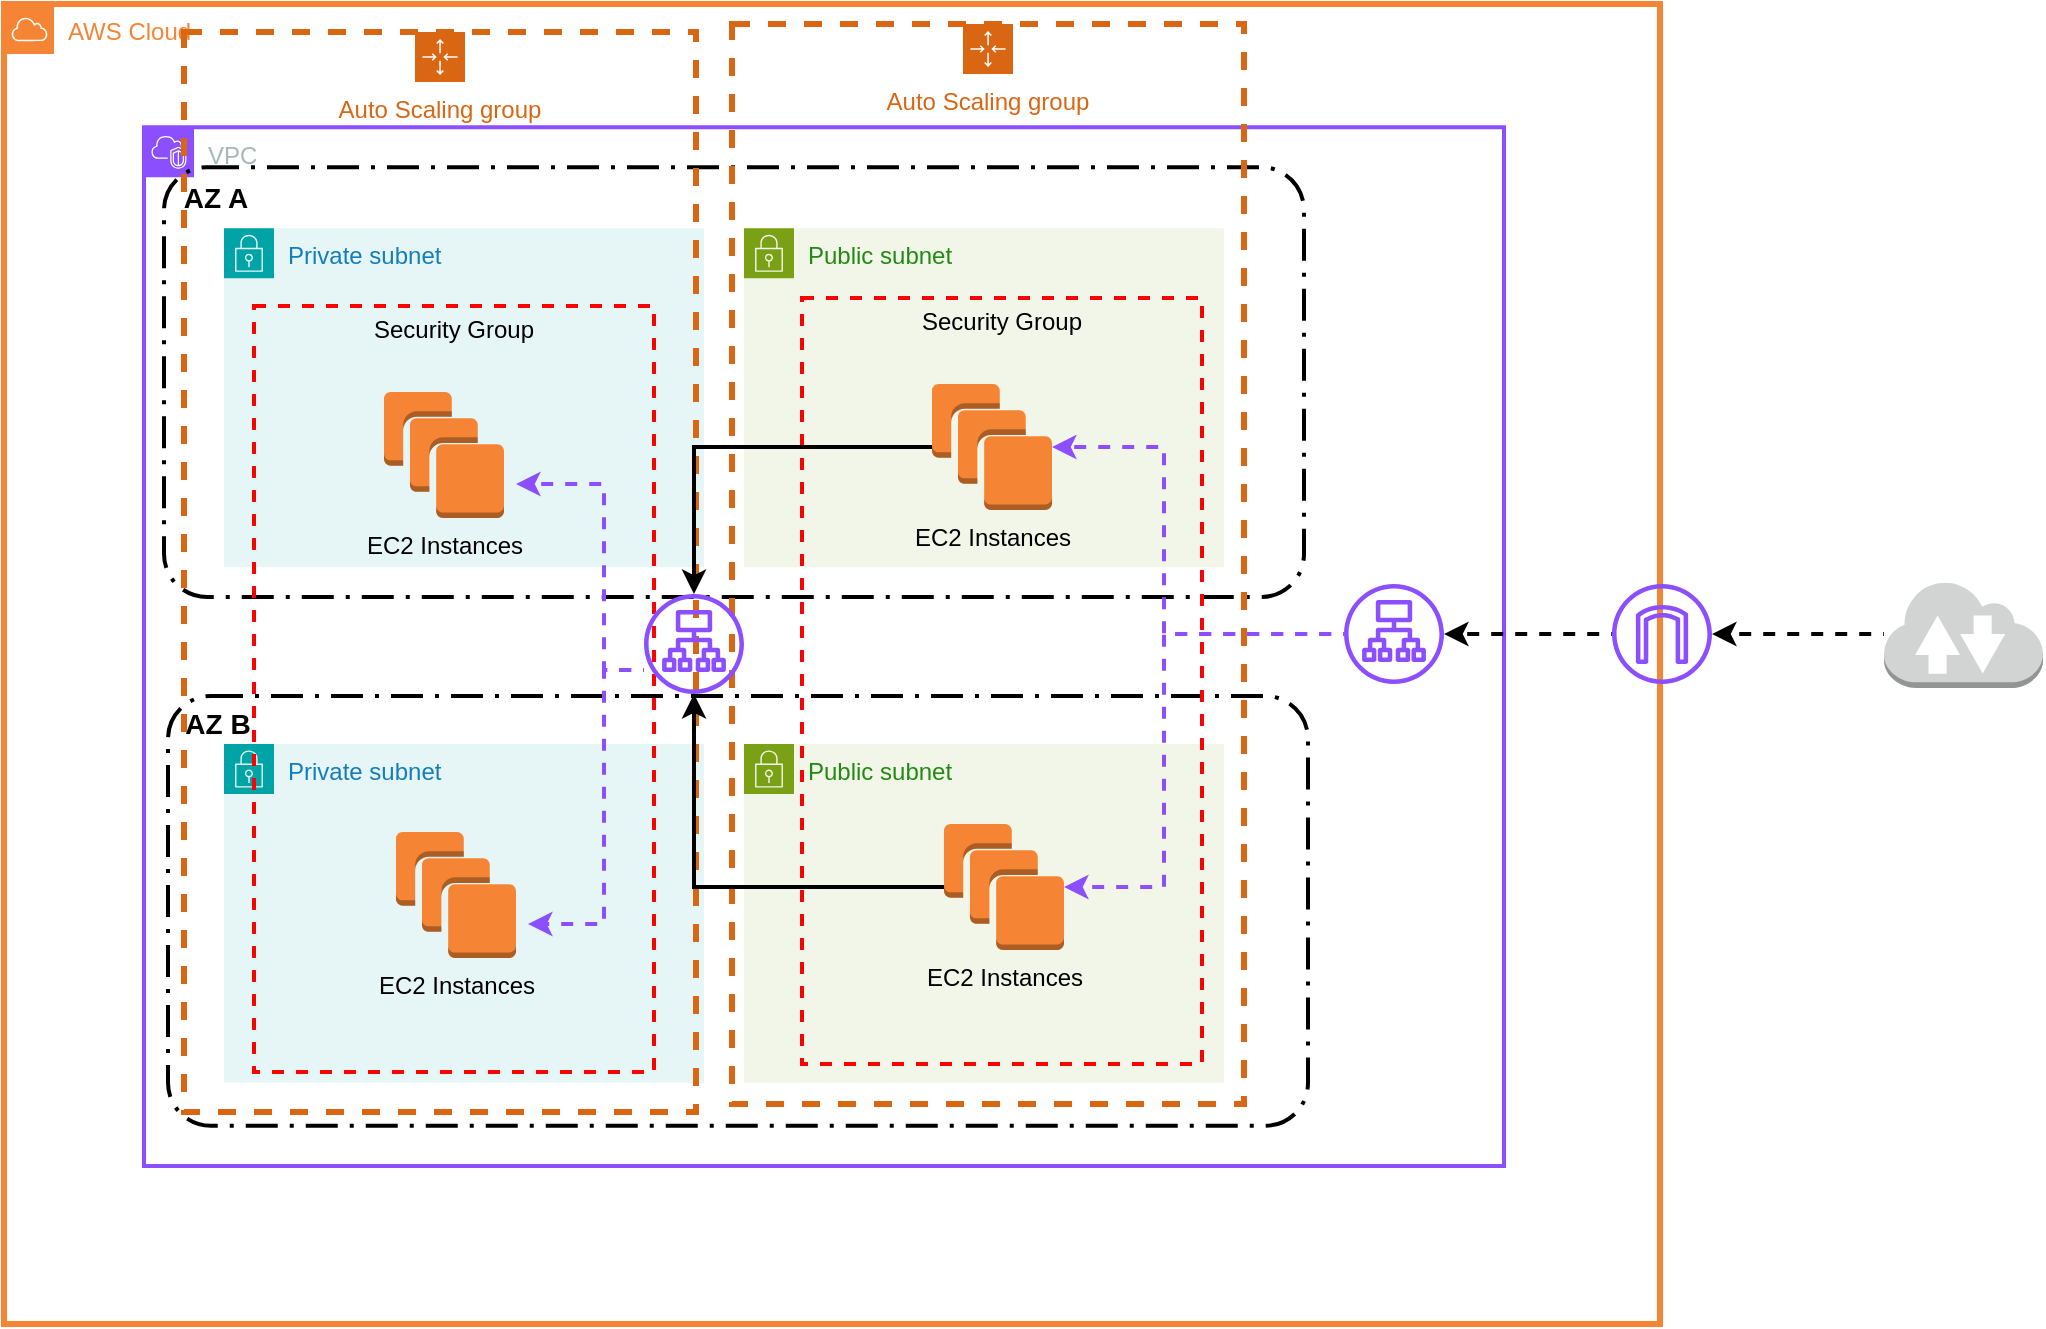
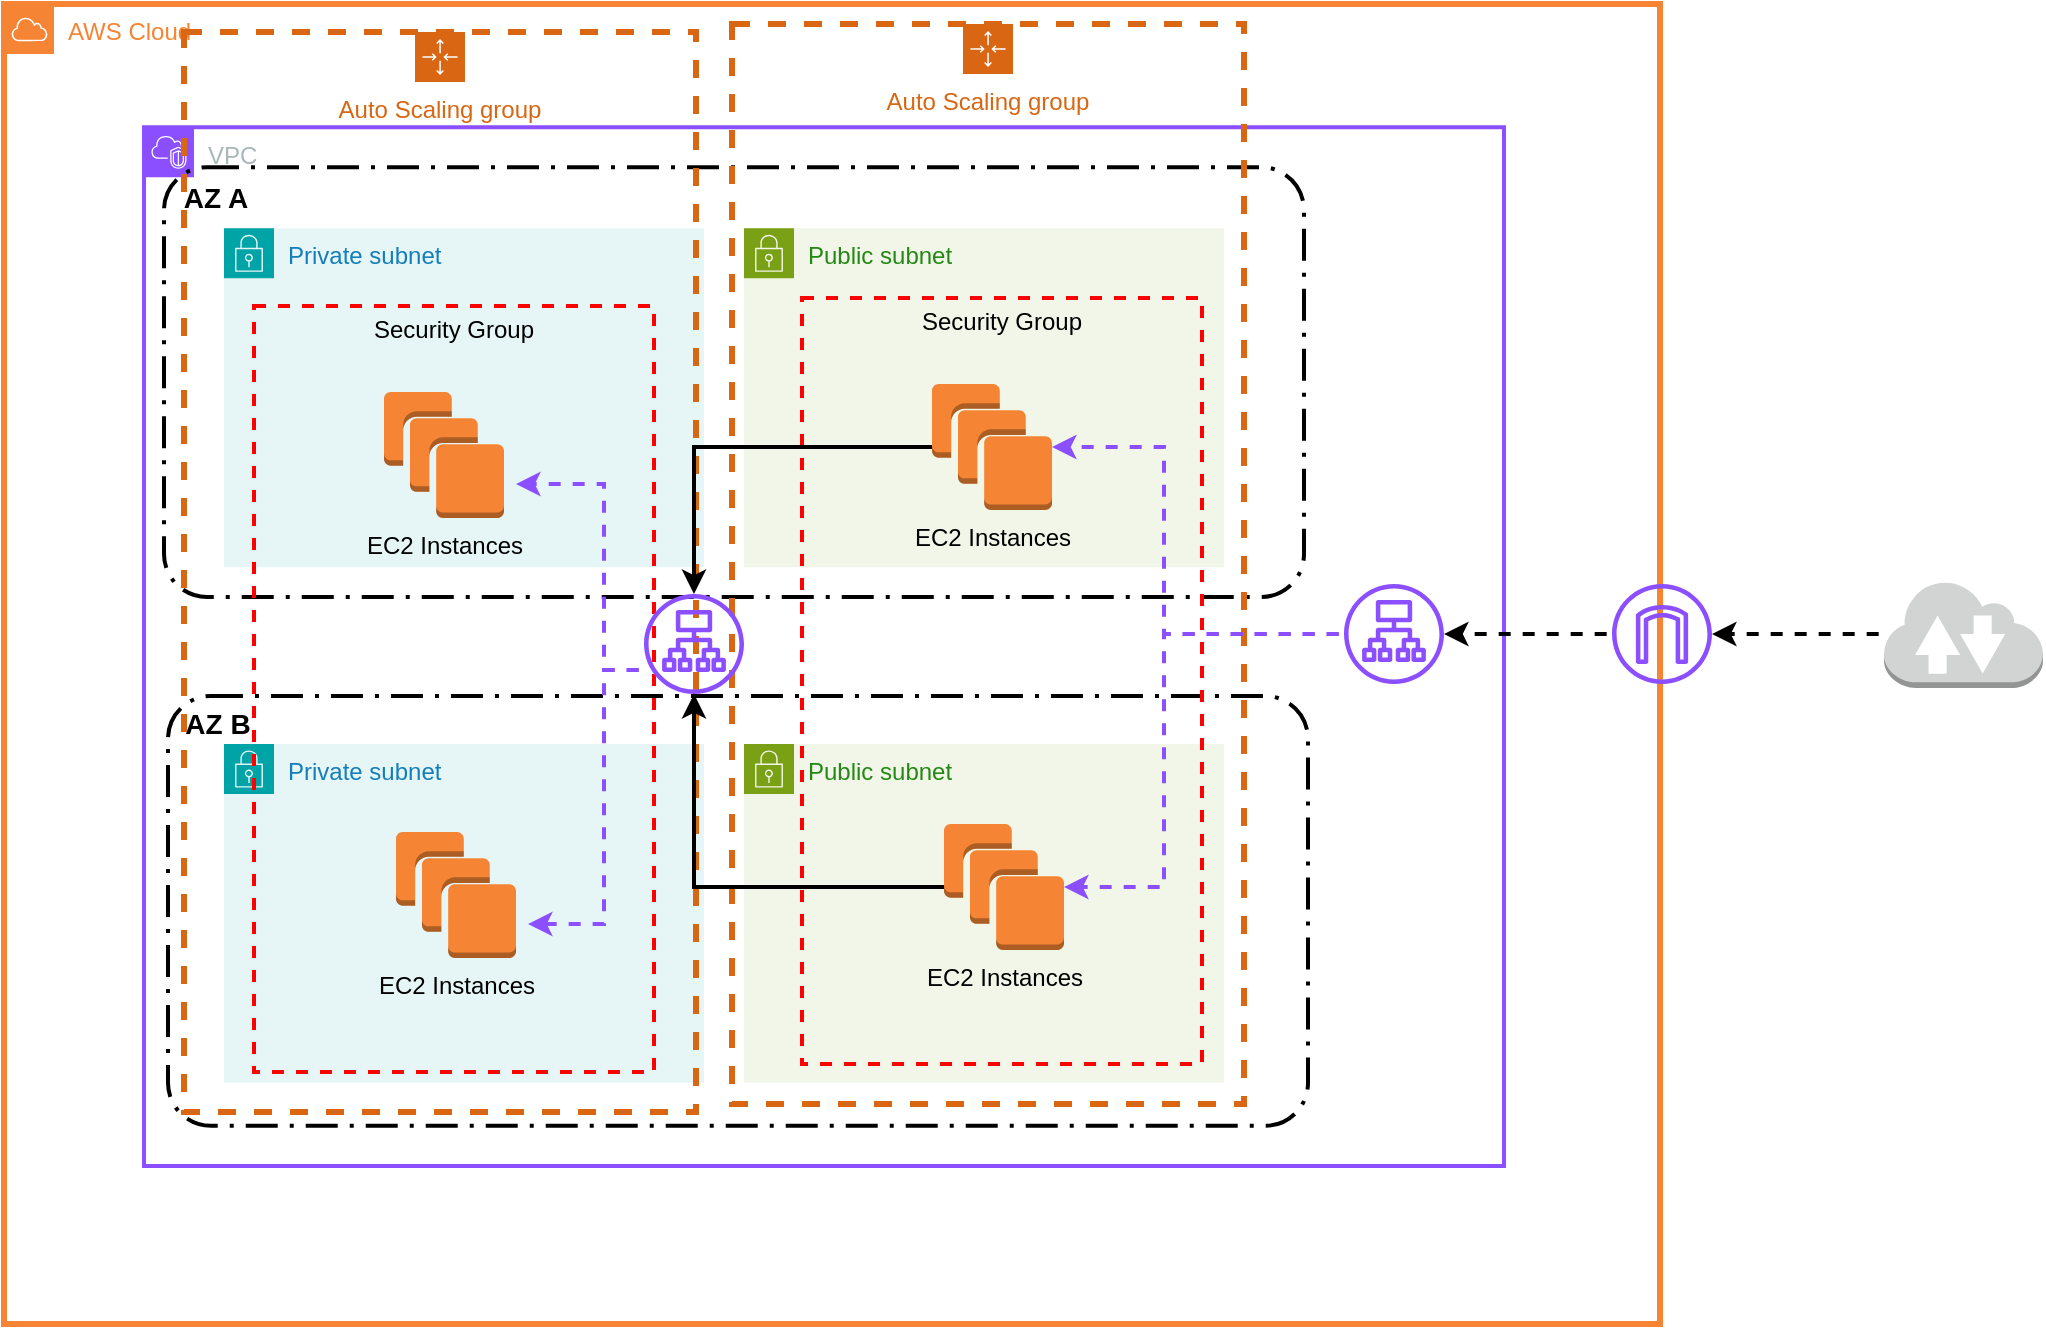
<mxfile host="Electron" pages="2">
  <diagram name="base.infra" id="Wlg3GRKtD0a5Hm-VBESS">
    <mxGraphModel dx="1437" dy="1070" grid="1" gridSize="10" guides="1" tooltips="1" connect="1" arrows="1" fold="1" page="1" pageScale="1" pageWidth="827" pageHeight="1169" math="0" shadow="0">
      <root>
        <mxCell id="0" />
        <mxCell id="1" parent="0" />
        <mxCell id="nsOT9R_EV_EPsh7IC3CZ-16" parent="1" style="points=[[0,0],[0.25,0],[0.5,0],[0.75,0],[1,0],[1,0.25],[1,0.5],[1,0.75],[1,1],[0.75,1],[0.5,1],[0.25,1],[0,1],[0,0.75],[0,0.5],[0,0.25]];outlineConnect=0;gradientColor=none;html=1;whiteSpace=wrap;fontSize=12;fontStyle=0;container=1;pointerEvents=0;collapsible=0;recursiveResize=0;shape=mxgraph.aws4.group;grIcon=mxgraph.aws4.group_security_group;grStroke=0;strokeColor=#7AA116;fillColor=#F2F6E8;verticalAlign=top;align=left;spacingLeft=30;fontColor=#248814;dashed=0;dropTarget=1;" value="Public subnet" vertex="1">
          <mxGeometry height="169.43" width="240" x="420" y="550" as="geometry" />
        </mxCell>
        <mxCell id="nsOT9R_EV_EPsh7IC3CZ-23" parent="1" style="rounded=1;arcSize=10;dashed=1;fillColor=none;gradientColor=none;dashPattern=8 3 1 3;strokeWidth=2;" value="" vertex="1">
          <mxGeometry height="214.93" width="570" x="132" y="526" as="geometry" />
        </mxCell>
        <mxCell id="nsOT9R_EV_EPsh7IC3CZ-1" parent="1" style="sketch=0;outlineConnect=0;gradientColor=none;html=1;whiteSpace=wrap;fontSize=12;fontStyle=0;shape=mxgraph.aws4.group;grIcon=mxgraph.aws4.group_aws_cloud;strokeColor=#F58534;fillColor=none;verticalAlign=top;align=left;spacingLeft=30;fontColor=#F58534;dashed=0;strokeWidth=3;container=1;dropTarget=1;collapsible=0;recursiveResize=0;" value="AWS Cloud" vertex="1">
          <mxGeometry height="660" width="828" x="50" y="180" as="geometry" />
        </mxCell>
        <mxCell id="nsOT9R_EV_EPsh7IC3CZ-3" parent="nsOT9R_EV_EPsh7IC3CZ-1" style="points=[[0,0],[0.25,0],[0.5,0],[0.75,0],[1,0],[1,0.25],[1,0.5],[1,0.75],[1,1],[0.75,1],[0.5,1],[0.25,1],[0,1],[0,0.75],[0,0.5],[0,0.25]];outlineConnect=0;gradientColor=none;html=1;whiteSpace=wrap;fontSize=12;fontStyle=0;container=1;pointerEvents=0;collapsible=0;recursiveResize=0;shape=mxgraph.aws4.group;grIcon=mxgraph.aws4.group_vpc2;strokeColor=#8C4FFF;fillColor=none;verticalAlign=top;align=left;spacingLeft=30;fontColor=#AAB7B8;dashed=0;strokeWidth=2;dropTarget=1;expand=0;" value="VPC" vertex="1">
          <mxGeometry height="519.43" width="680" x="70" y="61.57" as="geometry" />
        </mxCell>
        <mxCell id="nsOT9R_EV_EPsh7IC3CZ-4" parent="nsOT9R_EV_EPsh7IC3CZ-3" style="points=[[0,0],[0.25,0],[0.5,0],[0.75,0],[1,0],[1,0.25],[1,0.5],[1,0.75],[1,1],[0.75,1],[0.5,1],[0.25,1],[0,1],[0,0.75],[0,0.5],[0,0.25]];outlineConnect=0;gradientColor=none;html=1;whiteSpace=wrap;fontSize=12;fontStyle=0;container=1;pointerEvents=0;collapsible=0;recursiveResize=0;shape=mxgraph.aws4.group;grIcon=mxgraph.aws4.group_security_group;grStroke=0;strokeColor=#00A4A6;fillColor=#E6F6F7;verticalAlign=top;align=left;spacingLeft=30;fontColor=#147EBA;dashed=0;dropTarget=1;" value="Private subnet" vertex="1">
          <mxGeometry height="169.43" width="240" x="40" y="50.57" as="geometry" />
        </mxCell>
        <mxCell id="nsOT9R_EV_EPsh7IC3CZ-5" parent="nsOT9R_EV_EPsh7IC3CZ-3" style="points=[[0,0],[0.25,0],[0.5,0],[0.75,0],[1,0],[1,0.25],[1,0.5],[1,0.75],[1,1],[0.75,1],[0.5,1],[0.25,1],[0,1],[0,0.75],[0,0.5],[0,0.25]];outlineConnect=0;gradientColor=none;html=1;whiteSpace=wrap;fontSize=12;fontStyle=0;container=1;pointerEvents=0;collapsible=0;recursiveResize=0;shape=mxgraph.aws4.group;grIcon=mxgraph.aws4.group_security_group;grStroke=0;strokeColor=#7AA116;fillColor=#F2F6E8;verticalAlign=top;align=left;spacingLeft=30;fontColor=#248814;dashed=0;dropTarget=1;" value="Public subnet" vertex="1">
          <mxGeometry height="169.43" width="240" x="300" y="50.57" as="geometry" />
        </mxCell>
        <mxCell id="nsOT9R_EV_EPsh7IC3CZ-18" parent="nsOT9R_EV_EPsh7IC3CZ-3" style="points=[[0,0],[0.25,0],[0.5,0],[0.75,0],[1,0],[1,0.25],[1,0.5],[1,0.75],[1,1],[0.75,1],[0.5,1],[0.25,1],[0,1],[0,0.75],[0,0.5],[0,0.25]];outlineConnect=0;gradientColor=none;html=1;whiteSpace=wrap;fontSize=12;fontStyle=0;container=1;pointerEvents=0;collapsible=0;recursiveResize=0;shape=mxgraph.aws4.group;grIcon=mxgraph.aws4.group_security_group;grStroke=0;strokeColor=#00A4A6;fillColor=#E6F6F7;verticalAlign=top;align=left;spacingLeft=30;fontColor=#147EBA;dashed=0;dropTarget=1;" value="Private subnet" vertex="1">
          <mxGeometry height="169.43" width="240" x="40" y="308.42857142857144" as="geometry" />
        </mxCell>
        <mxCell id="nsOT9R_EV_EPsh7IC3CZ-20" parent="nsOT9R_EV_EPsh7IC3CZ-3" style="rounded=1;arcSize=10;dashed=1;fillColor=none;gradientColor=none;dashPattern=8 3 1 3;strokeWidth=2;" value="" vertex="1">
          <mxGeometry height="214.93" width="570" x="10" y="20" as="geometry" />
        </mxCell>
        <mxCell id="nsOT9R_EV_EPsh7IC3CZ-21" parent="nsOT9R_EV_EPsh7IC3CZ-3" style="text;html=1;whiteSpace=wrap;strokeColor=none;fillColor=none;align=center;verticalAlign=middle;rounded=0;fontStyle=1;fontSize=14;" value="AZ A" vertex="1">
          <mxGeometry height="30" width="60" x="6" y="20" as="geometry" />
        </mxCell>
        <mxCell id="nsOT9R_EV_EPsh7IC3CZ-22" parent="nsOT9R_EV_EPsh7IC3CZ-1" style="text;html=1;whiteSpace=wrap;strokeColor=none;fillColor=none;align=center;verticalAlign=middle;rounded=0;fontStyle=1;fontSize=14;" value="AZ B" vertex="1">
          <mxGeometry height="30" width="60" x="77" y="345" as="geometry" />
        </mxCell>
        <mxCell id="nsOT9R_EV_EPsh7IC3CZ-24" parent="nsOT9R_EV_EPsh7IC3CZ-1" style="points=[[0,0],[0.25,0],[0.5,0],[0.75,0],[1,0],[1,0.25],[1,0.5],[1,0.75],[1,1],[0.75,1],[0.5,1],[0.25,1],[0,1],[0,0.75],[0,0.5],[0,0.25]];outlineConnect=0;gradientColor=none;html=1;whiteSpace=wrap;fontSize=12;fontStyle=0;container=1;pointerEvents=0;collapsible=0;recursiveResize=0;shape=mxgraph.aws4.groupCenter;grIcon=mxgraph.aws4.group_auto_scaling_group;grStroke=1;strokeColor=#D86613;fillColor=none;verticalAlign=top;align=center;fontColor=#D86613;dashed=1;spacingTop=25;strokeWidth=3;" value="Auto Scaling group" vertex="1">
          <mxGeometry height="540" width="256" x="364" y="10" as="geometry" />
        </mxCell>
        <mxCell id="nsOT9R_EV_EPsh7IC3CZ-25" parent="nsOT9R_EV_EPsh7IC3CZ-24" style="fontStyle=0;verticalAlign=top;align=center;spacingTop=-2;fillColor=none;rounded=0;whiteSpace=wrap;html=1;strokeColor=#FF0000;strokeWidth=2;dashed=1;container=1;collapsible=0;expand=0;recursiveResize=0;" value="Security Group" vertex="1">
          <mxGeometry height="383" width="200" x="35" y="137" as="geometry" />
        </mxCell>
        <mxCell id="nsOT9R_EV_EPsh7IC3CZ-26" parent="nsOT9R_EV_EPsh7IC3CZ-25" style="outlineConnect=0;dashed=0;verticalLabelPosition=bottom;verticalAlign=top;align=center;html=1;shape=mxgraph.aws3.instances;fillColor=#F58534;gradientColor=none;" value="EC2 Instances" vertex="1">
          <mxGeometry height="63" width="60" x="65" y="43" as="geometry" />
        </mxCell>
        <mxCell id="nsOT9R_EV_EPsh7IC3CZ-27" parent="nsOT9R_EV_EPsh7IC3CZ-25" style="outlineConnect=0;dashed=0;verticalLabelPosition=bottom;verticalAlign=top;align=center;html=1;shape=mxgraph.aws3.instances;fillColor=#F58534;gradientColor=none;" value="EC2 Instances" vertex="1">
          <mxGeometry height="63" width="60" x="71" y="263" as="geometry" />
        </mxCell>
        <mxCell id="nsOT9R_EV_EPsh7IC3CZ-28" parent="nsOT9R_EV_EPsh7IC3CZ-1" style="sketch=0;outlineConnect=0;fontColor=#232F3E;gradientColor=none;fillColor=#8C4FFF;strokeColor=none;dashed=0;verticalLabelPosition=bottom;verticalAlign=top;align=center;html=1;fontSize=12;fontStyle=0;aspect=fixed;pointerEvents=1;shape=mxgraph.aws4.application_load_balancer;" value="" vertex="1">
          <mxGeometry height="50" width="50" x="670" y="290" as="geometry" />
        </mxCell>
        <mxCell id="nsOT9R_EV_EPsh7IC3CZ-29" edge="1" parent="nsOT9R_EV_EPsh7IC3CZ-1" source="nsOT9R_EV_EPsh7IC3CZ-28" style="edgeStyle=orthogonalEdgeStyle;rounded=0;orthogonalLoop=1;jettySize=auto;html=1;entryX=1;entryY=0.5;entryDx=0;entryDy=0;entryPerimeter=0;strokeWidth=2;strokeColor=#8C4FFF;dashed=1;flowAnimation=1;" target="nsOT9R_EV_EPsh7IC3CZ-26">
          <mxGeometry relative="1" as="geometry">
            <Array as="points">
              <mxPoint x="580" y="315" />
              <mxPoint x="580" y="222" />
            </Array>
          </mxGeometry>
        </mxCell>
        <mxCell id="nsOT9R_EV_EPsh7IC3CZ-30" edge="1" parent="nsOT9R_EV_EPsh7IC3CZ-1" source="nsOT9R_EV_EPsh7IC3CZ-28" style="edgeStyle=orthogonalEdgeStyle;rounded=0;orthogonalLoop=1;jettySize=auto;html=1;entryX=1;entryY=0.5;entryDx=0;entryDy=0;entryPerimeter=0;strokeWidth=2;strokeColor=#8C4FFF;dashed=1;flowAnimation=1;" target="nsOT9R_EV_EPsh7IC3CZ-27">
          <mxGeometry relative="1" as="geometry">
            <Array as="points">
              <mxPoint x="580" y="315" />
              <mxPoint x="580" y="442" />
            </Array>
          </mxGeometry>
        </mxCell>
        <mxCell id="nsOT9R_EV_EPsh7IC3CZ-33" edge="1" parent="nsOT9R_EV_EPsh7IC3CZ-1" source="nsOT9R_EV_EPsh7IC3CZ-31" style="edgeStyle=orthogonalEdgeStyle;rounded=0;orthogonalLoop=1;jettySize=auto;html=1;strokeWidth=2;dashed=1;flowAnimation=1;" target="nsOT9R_EV_EPsh7IC3CZ-28">
          <mxGeometry relative="1" as="geometry" />
        </mxCell>
        <mxCell id="nsOT9R_EV_EPsh7IC3CZ-31" parent="nsOT9R_EV_EPsh7IC3CZ-1" style="sketch=0;outlineConnect=0;fontColor=#232F3E;gradientColor=none;fillColor=#8C4FFF;strokeColor=none;dashed=0;verticalLabelPosition=bottom;verticalAlign=top;align=center;html=1;fontSize=12;fontStyle=0;aspect=fixed;pointerEvents=1;shape=mxgraph.aws4.internet_gateway;" value="" vertex="1">
          <mxGeometry height="50" width="50" x="804" y="290" as="geometry" />
        </mxCell>
        <mxCell id="r-5KPK1cjB6c5gKl7f75-2" parent="nsOT9R_EV_EPsh7IC3CZ-1" style="points=[[0,0],[0.25,0],[0.5,0],[0.75,0],[1,0],[1,0.25],[1,0.5],[1,0.75],[1,1],[0.75,1],[0.5,1],[0.25,1],[0,1],[0,0.75],[0,0.5],[0,0.25]];outlineConnect=0;gradientColor=none;html=1;whiteSpace=wrap;fontSize=12;fontStyle=0;container=1;pointerEvents=0;collapsible=0;recursiveResize=0;shape=mxgraph.aws4.groupCenter;grIcon=mxgraph.aws4.group_auto_scaling_group;grStroke=1;strokeColor=#D86613;fillColor=none;verticalAlign=top;align=center;fontColor=#D86613;dashed=1;spacingTop=25;strokeWidth=3;" value="Auto Scaling group" vertex="1">
          <mxGeometry height="540" width="256" x="90" y="14" as="geometry" />
        </mxCell>
        <mxCell id="r-5KPK1cjB6c5gKl7f75-3" parent="r-5KPK1cjB6c5gKl7f75-2" style="fontStyle=0;verticalAlign=top;align=center;spacingTop=-2;fillColor=none;rounded=0;whiteSpace=wrap;html=1;strokeColor=#FF0000;strokeWidth=2;dashed=1;container=1;collapsible=0;expand=0;recursiveResize=0;" value="Security Group" vertex="1">
          <mxGeometry height="383" width="200" x="35" y="137" as="geometry" />
        </mxCell>
        <mxCell id="r-5KPK1cjB6c5gKl7f75-4" parent="r-5KPK1cjB6c5gKl7f75-3" style="outlineConnect=0;dashed=0;verticalLabelPosition=bottom;verticalAlign=top;align=center;html=1;shape=mxgraph.aws3.instances;fillColor=#F58534;gradientColor=none;" value="EC2 Instances" vertex="1">
          <mxGeometry height="63" width="60" x="65" y="43" as="geometry" />
        </mxCell>
        <mxCell id="r-5KPK1cjB6c5gKl7f75-5" parent="r-5KPK1cjB6c5gKl7f75-3" style="outlineConnect=0;dashed=0;verticalLabelPosition=bottom;verticalAlign=top;align=center;html=1;shape=mxgraph.aws3.instances;fillColor=#F58534;gradientColor=none;" value="EC2 Instances" vertex="1">
          <mxGeometry height="63" width="60" x="71" y="263" as="geometry" />
        </mxCell>
        <mxCell id="r-5KPK1cjB6c5gKl7f75-7" edge="1" parent="r-5KPK1cjB6c5gKl7f75-3" source="r-5KPK1cjB6c5gKl7f75-6" style="edgeStyle=orthogonalEdgeStyle;rounded=0;orthogonalLoop=1;jettySize=auto;html=1;entryX=1;entryY=0.5;entryDx=0;entryDy=0;entryPerimeter=0;strokeWidth=2;strokeColor=#8C4FFF;dashed=1;flowAnimation=1;">
          <mxGeometry relative="1" as="geometry">
            <Array as="points">
              <mxPoint x="175" y="182" />
              <mxPoint x="175" y="89" />
            </Array>
            <mxPoint x="277" y="182" as="sourcePoint" />
            <mxPoint x="131" y="89" as="targetPoint" />
          </mxGeometry>
        </mxCell>
        <mxCell id="r-5KPK1cjB6c5gKl7f75-8" edge="1" parent="r-5KPK1cjB6c5gKl7f75-3" source="r-5KPK1cjB6c5gKl7f75-6" style="edgeStyle=orthogonalEdgeStyle;rounded=0;orthogonalLoop=1;jettySize=auto;html=1;entryX=1;entryY=0.5;entryDx=0;entryDy=0;entryPerimeter=0;strokeWidth=2;strokeColor=#8C4FFF;dashed=1;flowAnimation=1;">
          <mxGeometry relative="1" as="geometry">
            <Array as="points">
              <mxPoint x="175" y="182" />
              <mxPoint x="175" y="309" />
            </Array>
            <mxPoint x="277" y="182" as="sourcePoint" />
            <mxPoint x="137" y="309" as="targetPoint" />
          </mxGeometry>
        </mxCell>
        <mxCell id="r-5KPK1cjB6c5gKl7f75-6" parent="nsOT9R_EV_EPsh7IC3CZ-1" style="sketch=0;outlineConnect=0;fontColor=#232F3E;gradientColor=none;fillColor=#8C4FFF;strokeColor=none;dashed=0;verticalLabelPosition=bottom;verticalAlign=top;align=center;html=1;fontSize=12;fontStyle=0;aspect=fixed;pointerEvents=1;shape=mxgraph.aws4.application_load_balancer;" value="" vertex="1">
          <mxGeometry height="50" width="50" x="320" y="295" as="geometry" />
        </mxCell>
        <mxCell id="r-5KPK1cjB6c5gKl7f75-9" edge="1" parent="nsOT9R_EV_EPsh7IC3CZ-1" source="nsOT9R_EV_EPsh7IC3CZ-26" style="edgeStyle=orthogonalEdgeStyle;rounded=0;orthogonalLoop=1;jettySize=auto;html=1;strokeWidth=2;" target="r-5KPK1cjB6c5gKl7f75-6">
          <mxGeometry relative="1" as="geometry" />
        </mxCell>
        <mxCell id="r-5KPK1cjB6c5gKl7f75-10" edge="1" parent="nsOT9R_EV_EPsh7IC3CZ-1" source="nsOT9R_EV_EPsh7IC3CZ-27" style="edgeStyle=orthogonalEdgeStyle;rounded=0;orthogonalLoop=1;jettySize=auto;html=1;strokeWidth=2;" target="r-5KPK1cjB6c5gKl7f75-6">
          <mxGeometry relative="1" as="geometry" />
        </mxCell>
        <mxCell id="nsOT9R_EV_EPsh7IC3CZ-35" edge="1" parent="1" source="nsOT9R_EV_EPsh7IC3CZ-34" style="edgeStyle=orthogonalEdgeStyle;rounded=0;orthogonalLoop=1;jettySize=auto;html=1;strokeWidth=2;dashed=1;flowAnimation=1;" target="nsOT9R_EV_EPsh7IC3CZ-31">
          <mxGeometry relative="1" as="geometry" />
        </mxCell>
        <mxCell id="nsOT9R_EV_EPsh7IC3CZ-34" parent="1" style="outlineConnect=0;dashed=0;verticalLabelPosition=bottom;verticalAlign=top;align=center;html=1;shape=mxgraph.aws3.internet_2;fillColor=#D2D3D3;gradientColor=none;" value="" vertex="1">
          <mxGeometry height="54" width="79.5" x="990" y="468" as="geometry" />
        </mxCell>
      </root>
    </mxGraphModel>
  </diagram>
-   <diagram id="eBVx31AWAEsT7nuV6IbC" name="cicd">
-     <mxGraphModel dx="1006" dy="749" grid="1" gridSize="10" guides="1" tooltips="1" connect="1" arrows="1" fold="1" page="1" pageScale="1" pageWidth="827" pageHeight="1169" math="0" shadow="0">
+   <diagram id="eBVx31AWAEsT7nuV6IbC" name="cicd.docker">
+     <mxGraphModel dx="1118" dy="832" grid="1" gridSize="10" guides="1" tooltips="1" connect="1" arrows="1" fold="1" page="1" pageScale="1" pageWidth="827" pageHeight="1169" math="0" shadow="0">
      <root>
        <mxCell id="0" />
        <mxCell id="1" parent="0" />
-         <mxCell id="3spYDltQkjSnrDjDbDkx-1" parent="1" style="points=[[0,0],[0.25,0],[0.5,0],[0.75,0],[1,0],[1,0.25],[1,0.5],[1,0.75],[1,1],[0.75,1],[0.5,1],[0.25,1],[0,1],[0,0.75],[0,0.5],[0,0.25]];outlineConnect=0;gradientColor=none;html=1;whiteSpace=wrap;fontSize=12;fontStyle=0;container=1;pointerEvents=0;collapsible=0;recursiveResize=0;shape=mxgraph.aws4.group;grIcon=mxgraph.aws4.group_security_group;grStroke=0;strokeColor=#7AA116;fillColor=#F2F6E8;verticalAlign=top;align=left;spacingLeft=30;fontColor=#248814;dashed=0;dropTarget=1;" value="Public subnet" vertex="1">
-           <mxGeometry height="169.43" width="240" x="610" y="1140" as="geometry" />
-         </mxCell>
-         <mxCell id="3spYDltQkjSnrDjDbDkx-2" parent="1" style="rounded=1;arcSize=10;dashed=1;fillColor=none;gradientColor=none;dashPattern=8 3 1 3;strokeWidth=2;" value="" vertex="1">
-           <mxGeometry height="214.93" width="570" x="322" y="1116" as="geometry" />
-         </mxCell>
        <mxCell id="3spYDltQkjSnrDjDbDkx-3" parent="1" style="sketch=0;outlineConnect=0;gradientColor=none;html=1;whiteSpace=wrap;fontSize=12;fontStyle=0;shape=mxgraph.aws4.group;grIcon=mxgraph.aws4.group_aws_cloud;strokeColor=#F58534;fillColor=none;verticalAlign=top;align=left;spacingLeft=30;fontColor=#F58534;dashed=0;strokeWidth=3;container=1;dropTarget=1;collapsible=0;recursiveResize=0;" value="AWS Cloud" vertex="1">
-           <mxGeometry height="660" width="828" x="240" y="770" as="geometry" />
-         </mxCell>
-         <mxCell id="3spYDltQkjSnrDjDbDkx-4" parent="3spYDltQkjSnrDjDbDkx-3" style="points=[[0,0],[0.25,0],[0.5,0],[0.75,0],[1,0],[1,0.25],[1,0.5],[1,0.75],[1,1],[0.75,1],[0.5,1],[0.25,1],[0,1],[0,0.75],[0,0.5],[0,0.25]];outlineConnect=0;gradientColor=none;html=1;whiteSpace=wrap;fontSize=12;fontStyle=0;container=1;pointerEvents=0;collapsible=0;recursiveResize=0;shape=mxgraph.aws4.group;grIcon=mxgraph.aws4.group_vpc2;strokeColor=#8C4FFF;fillColor=none;verticalAlign=top;align=left;spacingLeft=30;fontColor=#AAB7B8;dashed=0;strokeWidth=2;dropTarget=1;expand=0;" value="VPC" vertex="1">
-           <mxGeometry height="519.43" width="680" x="70" y="61.57" as="geometry" />
-         </mxCell>
-         <mxCell id="3spYDltQkjSnrDjDbDkx-5" parent="3spYDltQkjSnrDjDbDkx-4" style="points=[[0,0],[0.25,0],[0.5,0],[0.75,0],[1,0],[1,0.25],[1,0.5],[1,0.75],[1,1],[0.75,1],[0.5,1],[0.25,1],[0,1],[0,0.75],[0,0.5],[0,0.25]];outlineConnect=0;gradientColor=none;html=1;whiteSpace=wrap;fontSize=12;fontStyle=0;container=1;pointerEvents=0;collapsible=0;recursiveResize=0;shape=mxgraph.aws4.group;grIcon=mxgraph.aws4.group_security_group;grStroke=0;strokeColor=#00A4A6;fillColor=#E6F6F7;verticalAlign=top;align=left;spacingLeft=30;fontColor=#147EBA;dashed=0;dropTarget=1;" value="Private subnet" vertex="1">
-           <mxGeometry height="169.43" width="240" x="40" y="50.57" as="geometry" />
-         </mxCell>
-         <mxCell id="3spYDltQkjSnrDjDbDkx-6" parent="3spYDltQkjSnrDjDbDkx-4" style="points=[[0,0],[0.25,0],[0.5,0],[0.75,0],[1,0],[1,0.25],[1,0.5],[1,0.75],[1,1],[0.75,1],[0.5,1],[0.25,1],[0,1],[0,0.75],[0,0.5],[0,0.25]];outlineConnect=0;gradientColor=none;html=1;whiteSpace=wrap;fontSize=12;fontStyle=0;container=1;pointerEvents=0;collapsible=0;recursiveResize=0;shape=mxgraph.aws4.group;grIcon=mxgraph.aws4.group_security_group;grStroke=0;strokeColor=#7AA116;fillColor=#F2F6E8;verticalAlign=top;align=left;spacingLeft=30;fontColor=#248814;dashed=0;dropTarget=1;" value="Public subnet" vertex="1">
-           <mxGeometry height="169.43" width="240" x="300" y="50.57" as="geometry" />
-         </mxCell>
-         <mxCell id="3spYDltQkjSnrDjDbDkx-7" parent="3spYDltQkjSnrDjDbDkx-4" style="points=[[0,0],[0.25,0],[0.5,0],[0.75,0],[1,0],[1,0.25],[1,0.5],[1,0.75],[1,1],[0.75,1],[0.5,1],[0.25,1],[0,1],[0,0.75],[0,0.5],[0,0.25]];outlineConnect=0;gradientColor=none;html=1;whiteSpace=wrap;fontSize=12;fontStyle=0;container=1;pointerEvents=0;collapsible=0;recursiveResize=0;shape=mxgraph.aws4.group;grIcon=mxgraph.aws4.group_security_group;grStroke=0;strokeColor=#00A4A6;fillColor=#E6F6F7;verticalAlign=top;align=left;spacingLeft=30;fontColor=#147EBA;dashed=0;dropTarget=1;" value="Private subnet" vertex="1">
-           <mxGeometry height="169.43" width="240" x="40" y="308.42857142857144" as="geometry" />
-         </mxCell>
-         <mxCell id="3spYDltQkjSnrDjDbDkx-8" parent="3spYDltQkjSnrDjDbDkx-4" style="rounded=1;arcSize=10;dashed=1;fillColor=none;gradientColor=none;dashPattern=8 3 1 3;strokeWidth=2;" value="" vertex="1">
-           <mxGeometry height="214.93" width="570" x="10" y="20" as="geometry" />
-         </mxCell>
-         <mxCell id="3spYDltQkjSnrDjDbDkx-9" parent="3spYDltQkjSnrDjDbDkx-4" style="text;html=1;whiteSpace=wrap;strokeColor=none;fillColor=none;align=center;verticalAlign=middle;rounded=0;fontStyle=1;fontSize=14;" value="AZ A" vertex="1">
-           <mxGeometry height="30" width="60" x="6" y="20" as="geometry" />
-         </mxCell>
-         <mxCell id="3spYDltQkjSnrDjDbDkx-10" parent="3spYDltQkjSnrDjDbDkx-3" style="text;html=1;whiteSpace=wrap;strokeColor=none;fillColor=none;align=center;verticalAlign=middle;rounded=0;fontStyle=1;fontSize=14;" value="AZ B" vertex="1">
-           <mxGeometry height="30" width="60" x="77" y="345" as="geometry" />
-         </mxCell>
-         <mxCell id="3spYDltQkjSnrDjDbDkx-11" parent="3spYDltQkjSnrDjDbDkx-3" style="points=[[0,0],[0.25,0],[0.5,0],[0.75,0],[1,0],[1,0.25],[1,0.5],[1,0.75],[1,1],[0.75,1],[0.5,1],[0.25,1],[0,1],[0,0.75],[0,0.5],[0,0.25]];outlineConnect=0;gradientColor=none;html=1;whiteSpace=wrap;fontSize=12;fontStyle=0;container=1;pointerEvents=0;collapsible=0;recursiveResize=0;shape=mxgraph.aws4.groupCenter;grIcon=mxgraph.aws4.group_auto_scaling_group;grStroke=1;strokeColor=#D86613;fillColor=none;verticalAlign=top;align=center;fontColor=#D86613;dashed=1;spacingTop=25;strokeWidth=3;" value="Auto Scaling group" vertex="1">
-           <mxGeometry height="540" width="256" x="364" y="10" as="geometry" />
-         </mxCell>
-         <mxCell id="3spYDltQkjSnrDjDbDkx-12" parent="3spYDltQkjSnrDjDbDkx-11" style="fontStyle=0;verticalAlign=top;align=center;spacingTop=-2;fillColor=none;rounded=0;whiteSpace=wrap;html=1;strokeColor=#FF0000;strokeWidth=2;dashed=1;container=1;collapsible=0;expand=0;recursiveResize=0;" value="Security Group" vertex="1">
-           <mxGeometry height="383" width="200" x="35" y="137" as="geometry" />
-         </mxCell>
-         <mxCell id="3spYDltQkjSnrDjDbDkx-13" parent="3spYDltQkjSnrDjDbDkx-12" style="outlineConnect=0;dashed=0;verticalLabelPosition=bottom;verticalAlign=top;align=center;html=1;shape=mxgraph.aws3.instances;fillColor=#F58534;gradientColor=none;" value="EC2 Instances" vertex="1">
-           <mxGeometry height="63" width="60" x="65" y="43" as="geometry" />
-         </mxCell>
-         <mxCell id="3spYDltQkjSnrDjDbDkx-14" parent="3spYDltQkjSnrDjDbDkx-12" style="outlineConnect=0;dashed=0;verticalLabelPosition=bottom;verticalAlign=top;align=center;html=1;shape=mxgraph.aws3.instances;fillColor=#F58534;gradientColor=none;" value="EC2 Instances" vertex="1">
-           <mxGeometry height="63" width="60" x="71" y="263" as="geometry" />
-         </mxCell>
-         <mxCell id="3spYDltQkjSnrDjDbDkx-15" parent="3spYDltQkjSnrDjDbDkx-3" style="sketch=0;outlineConnect=0;fontColor=#232F3E;gradientColor=none;fillColor=#8C4FFF;strokeColor=none;dashed=0;verticalLabelPosition=bottom;verticalAlign=top;align=center;html=1;fontSize=12;fontStyle=0;aspect=fixed;pointerEvents=1;shape=mxgraph.aws4.application_load_balancer;" value="" vertex="1">
-           <mxGeometry height="50" width="50" x="670" y="290" as="geometry" />
-         </mxCell>
-         <mxCell id="3spYDltQkjSnrDjDbDkx-16" edge="1" parent="3spYDltQkjSnrDjDbDkx-3" source="3spYDltQkjSnrDjDbDkx-15" style="edgeStyle=orthogonalEdgeStyle;rounded=0;orthogonalLoop=1;jettySize=auto;html=1;entryX=1;entryY=0.5;entryDx=0;entryDy=0;entryPerimeter=0;strokeWidth=2;strokeColor=#8C4FFF;dashed=1;flowAnimation=1;" target="3spYDltQkjSnrDjDbDkx-13">
-           <mxGeometry relative="1" as="geometry">
-             <Array as="points">
-               <mxPoint x="580" y="315" />
-               <mxPoint x="580" y="222" />
-             </Array>
-           </mxGeometry>
-         </mxCell>
-         <mxCell id="3spYDltQkjSnrDjDbDkx-17" edge="1" parent="3spYDltQkjSnrDjDbDkx-3" source="3spYDltQkjSnrDjDbDkx-15" style="edgeStyle=orthogonalEdgeStyle;rounded=0;orthogonalLoop=1;jettySize=auto;html=1;entryX=1;entryY=0.5;entryDx=0;entryDy=0;entryPerimeter=0;strokeWidth=2;strokeColor=#8C4FFF;dashed=1;flowAnimation=1;" target="3spYDltQkjSnrDjDbDkx-14">
-           <mxGeometry relative="1" as="geometry">
-             <Array as="points">
-               <mxPoint x="580" y="315" />
-               <mxPoint x="580" y="442" />
-             </Array>
-           </mxGeometry>
-         </mxCell>
-         <mxCell id="3spYDltQkjSnrDjDbDkx-18" edge="1" parent="3spYDltQkjSnrDjDbDkx-3" source="3spYDltQkjSnrDjDbDkx-19" style="edgeStyle=orthogonalEdgeStyle;rounded=0;orthogonalLoop=1;jettySize=auto;html=1;strokeWidth=2;dashed=1;flowAnimation=1;" target="3spYDltQkjSnrDjDbDkx-15">
-           <mxGeometry relative="1" as="geometry" />
-         </mxCell>
-         <mxCell id="3spYDltQkjSnrDjDbDkx-19" parent="3spYDltQkjSnrDjDbDkx-3" style="sketch=0;outlineConnect=0;fontColor=#232F3E;gradientColor=none;fillColor=#8C4FFF;strokeColor=none;dashed=0;verticalLabelPosition=bottom;verticalAlign=top;align=center;html=1;fontSize=12;fontStyle=0;aspect=fixed;pointerEvents=1;shape=mxgraph.aws4.internet_gateway;" value="" vertex="1">
-           <mxGeometry height="50" width="50" x="804" y="290" as="geometry" />
-         </mxCell>
-         <mxCell id="3spYDltQkjSnrDjDbDkx-20" parent="1" style="rounded=0;whiteSpace=wrap;html=1;fillColor=none;strokeWidth=3;container=1;dropTarget=1;collapsible=0;recursiveResize=0;" value="" vertex="1">
-           <mxGeometry height="120" width="240" x="240" y="620" as="geometry" />
+           <mxGeometry height="260" width="650" x="610" y="1090" as="geometry" />
+         </mxCell>
+         <mxCell id="MLImxJn-EwaZwAPiTnrv-2" parent="3spYDltQkjSnrDjDbDkx-3" style="rounded=0;whiteSpace=wrap;html=1;fillColor=none;dropTarget=1;container=1;collapsible=0;strokeWidth=2;" value="" vertex="1">
+           <mxGeometry height="170" width="240" x="391" y="44" as="geometry" />
+         </mxCell>
+         <mxCell id="MLImxJn-EwaZwAPiTnrv-3" parent="MLImxJn-EwaZwAPiTnrv-2" style="sketch=0;points=[[0,0,0],[0.25,0,0],[0.5,0,0],[0.75,0,0],[1,0,0],[0,1,0],[0.25,1,0],[0.5,1,0],[0.75,1,0],[1,1,0],[0,0.25,0],[0,0.5,0],[0,0.75,0],[1,0.25,0],[1,0.5,0],[1,0.75,0]];outlineConnect=0;fontColor=#232F3E;fillColor=#ED7100;strokeColor=#ffffff;dashed=0;verticalLabelPosition=bottom;verticalAlign=top;align=center;html=1;fontSize=12;fontStyle=0;aspect=fixed;shape=mxgraph.aws4.resourceIcon;resIcon=mxgraph.aws4.ecr;" value="" vertex="1">
+           <mxGeometry height="50" width="50" x="1.2" as="geometry" />
+         </mxCell>
+         <mxCell id="MLImxJn-EwaZwAPiTnrv-4" parent="MLImxJn-EwaZwAPiTnrv-2" style="text;html=1;whiteSpace=wrap;strokeColor=none;fillColor=none;align=center;verticalAlign=middle;rounded=0;" value="Elastic Container Registry" vertex="1">
+           <mxGeometry height="30" width="180" x="57.599999999999994" y="-2" as="geometry" />
+         </mxCell>
+         <mxCell id="MLImxJn-EwaZwAPiTnrv-5" parent="MLImxJn-EwaZwAPiTnrv-2" style="rounded=0;whiteSpace=wrap;html=1;" value="UI Repo" vertex="1">
+           <mxGeometry height="49" width="80" x="10" y="80" as="geometry" />
+         </mxCell>
+         <mxCell id="MLImxJn-EwaZwAPiTnrv-6" parent="MLImxJn-EwaZwAPiTnrv-2" style="rounded=0;whiteSpace=wrap;html=1;" value="Backend Repo" vertex="1">
+           <mxGeometry height="49" width="80" x="150" y="80" as="geometry" />
+         </mxCell>
+         <mxCell id="MLImxJn-EwaZwAPiTnrv-25" edge="1" parent="3spYDltQkjSnrDjDbDkx-3" source="MLImxJn-EwaZwAPiTnrv-8" style="edgeStyle=orthogonalEdgeStyle;rounded=0;orthogonalLoop=1;jettySize=auto;html=1;" target="MLImxJn-EwaZwAPiTnrv-9">
+           <mxGeometry relative="1" as="geometry" />
+         </mxCell>
+         <mxCell id="MLImxJn-EwaZwAPiTnrv-8" parent="3spYDltQkjSnrDjDbDkx-3" style="sketch=0;outlineConnect=0;fontColor=#232F3E;gradientColor=none;fillColor=#DD344C;strokeColor=none;dashed=0;verticalLabelPosition=bottom;verticalAlign=top;align=center;html=1;fontSize=12;fontStyle=0;aspect=fixed;pointerEvents=1;shape=mxgraph.aws4.sts_alternate;" value="" vertex="1">
+           <mxGeometry height="62.9" width="50" x="230" y="44" as="geometry" />
+         </mxCell>
+         <mxCell id="MLImxJn-EwaZwAPiTnrv-9" parent="3spYDltQkjSnrDjDbDkx-3" style="sketch=0;outlineConnect=0;fontColor=#232F3E;gradientColor=none;fillColor=#DD344C;strokeColor=none;dashed=0;verticalLabelPosition=bottom;verticalAlign=top;align=center;html=1;fontSize=12;fontStyle=0;aspect=fixed;pointerEvents=1;shape=mxgraph.aws4.role;" value="IAM Role" vertex="1">
+           <mxGeometry height="44" width="78" x="216" y="180" as="geometry" />
+         </mxCell>
+         <mxCell id="MLImxJn-EwaZwAPiTnrv-10" parent="3spYDltQkjSnrDjDbDkx-3" style="image;aspect=fixed;perimeter=ellipsePerimeter;html=1;align=center;shadow=0;dashed=0;fontColor=#4277BB;labelBackgroundColor=default;fontSize=12;spacingTop=3;image=img/lib/ibm/security/identity_provider.svg;" value="GitHub OIDC&lt;div&gt;Provider&lt;/div&gt;" vertex="1">
+           <mxGeometry height="60" width="60" x="80" y="44" as="geometry" />
+         </mxCell>
+         <mxCell id="3spYDltQkjSnrDjDbDkx-20" parent="1" style="rounded=0;whiteSpace=wrap;html=1;fillColor=none;strokeWidth=3;container=1;dropTarget=1;collapsible=0;recursiveResize=1;" value="" vertex="1">
+           <mxGeometry height="400" width="1020" x="240" y="620" as="geometry" />
        </mxCell>
        <mxCell id="3spYDltQkjSnrDjDbDkx-21" parent="3spYDltQkjSnrDjDbDkx-20" style="dashed=0;outlineConnect=0;html=1;align=center;labelPosition=center;verticalLabelPosition=bottom;verticalAlign=top;shape=mxgraph.weblogos.github;aspect=fixed;" value="" vertex="1">
-           <mxGeometry height="50" width="50" as="geometry" />
-         </mxCell>
-         <mxCell id="3spYDltQkjSnrDjDbDkx-22" parent="1" style="rounded=0;whiteSpace=wrap;html=1;fillColor=none;strokeWidth=3;dropTarget=1;container=1;collapsible=0;strokeColor=#009999;" value="" vertex="1">
-           <mxGeometry height="120" width="240" x="710" y="620" as="geometry" />
-         </mxCell>
-         <mxCell id="3spYDltQkjSnrDjDbDkx-23" parent="3spYDltQkjSnrDjDbDkx-22" style="image;sketch=0;aspect=fixed;html=1;points=[];align=center;fontSize=12;image=img/lib/mscae/Docker.svg;" value="" vertex="1">
-           <mxGeometry height="41" width="50" x="4" y="3" as="geometry" />
-         </mxCell>
-         <mxCell id="3spYDltQkjSnrDjDbDkx-24" edge="1" parent="1" source="3spYDltQkjSnrDjDbDkx-25" style="edgeStyle=orthogonalEdgeStyle;rounded=0;orthogonalLoop=1;jettySize=auto;html=1;strokeWidth=2;dashed=1;flowAnimation=1;" target="3spYDltQkjSnrDjDbDkx-19">
-           <mxGeometry relative="1" as="geometry" />
-         </mxCell>
-         <mxCell id="3spYDltQkjSnrDjDbDkx-25" parent="1" style="outlineConnect=0;dashed=0;verticalLabelPosition=bottom;verticalAlign=top;align=center;html=1;shape=mxgraph.aws3.internet_2;fillColor=#D2D3D3;gradientColor=none;" value="" vertex="1">
-           <mxGeometry height="54" width="79.5" x="1180" y="1058" as="geometry" />
+           <mxGeometry height="70.83333333333334" width="70.83333333333334" as="geometry" />
+         </mxCell>
+         <mxCell id="MLImxJn-EwaZwAPiTnrv-1" parent="3spYDltQkjSnrDjDbDkx-20" style="rounded=0;whiteSpace=wrap;html=1;container=1;dropTarget=1;collapsible=0;fillColor=none;dashed=1;strokeWidth=2;" value="" vertex="1">
+           <mxGeometry height="340" width="530" x="460" y="30" as="geometry" />
+         </mxCell>
+         <mxCell id="MLImxJn-EwaZwAPiTnrv-14" parent="MLImxJn-EwaZwAPiTnrv-1" style="text;html=1;whiteSpace=wrap;strokeColor=none;fillColor=none;align=center;verticalAlign=middle;rounded=0;fontSize=14;fontStyle=1" value="GitHub Workflow" vertex="1">
+           <mxGeometry height="56.66666666666666" width="206.11111111111114" x="161.94444444444443" as="geometry" />
+         </mxCell>
+         <mxCell id="MLImxJn-EwaZwAPiTnrv-27" edge="1" parent="MLImxJn-EwaZwAPiTnrv-1" source="MLImxJn-EwaZwAPiTnrv-19" style="edgeStyle=orthogonalEdgeStyle;rounded=0;orthogonalLoop=1;jettySize=auto;html=1;curved=1;" target="MLImxJn-EwaZwAPiTnrv-20">
+           <mxGeometry relative="1" as="geometry" />
+         </mxCell>
+         <mxCell id="MLImxJn-EwaZwAPiTnrv-19" parent="MLImxJn-EwaZwAPiTnrv-1" style="rounded=0;whiteSpace=wrap;html=1;" value="Docker Build &amp;amp; Push&lt;div&gt;Action&lt;/div&gt;" vertex="1">
+           <mxGeometry height="54.77777777777777" width="155.1219512195122" x="11.28127140633114" y="110.00111111111107" as="geometry" />
+         </mxCell>
+         <mxCell id="MLImxJn-EwaZwAPiTnrv-32" edge="1" parent="MLImxJn-EwaZwAPiTnrv-1" source="MLImxJn-EwaZwAPiTnrv-20" style="edgeStyle=orthogonalEdgeStyle;rounded=0;orthogonalLoop=1;jettySize=auto;html=1;entryX=0;entryY=0.5;entryDx=0;entryDy=0;" target="MLImxJn-EwaZwAPiTnrv-22">
+           <mxGeometry relative="1" as="geometry" />
+         </mxCell>
+         <mxCell id="MLImxJn-EwaZwAPiTnrv-20" parent="MLImxJn-EwaZwAPiTnrv-1" style="rounded=0;whiteSpace=wrap;html=1;" value="Request OIDC Token" vertex="1">
+           <mxGeometry height="54.78" width="135.31914893617022" x="101.48936170212765" y="230" as="geometry" />
+         </mxCell>
+         <mxCell id="MLImxJn-EwaZwAPiTnrv-31" edge="1" parent="MLImxJn-EwaZwAPiTnrv-1" source="MLImxJn-EwaZwAPiTnrv-22" style="edgeStyle=orthogonalEdgeStyle;rounded=0;orthogonalLoop=1;jettySize=auto;html=1;entryX=0.5;entryY=1;entryDx=0;entryDy=0;curved=1;" target="MLImxJn-EwaZwAPiTnrv-29">
+           <mxGeometry relative="1" as="geometry" />
+         </mxCell>
+         <mxCell id="MLImxJn-EwaZwAPiTnrv-22" parent="MLImxJn-EwaZwAPiTnrv-1" style="rounded=0;whiteSpace=wrap;html=1;" value="Assume IAM&lt;div&gt;Role&lt;/div&gt;" vertex="1">
+           <mxGeometry height="54.78" width="135.31914893617022" x="282.06382978723406" y="230" as="geometry" />
+         </mxCell>
+         <mxCell id="MLImxJn-EwaZwAPiTnrv-33" edge="1" parent="MLImxJn-EwaZwAPiTnrv-1" source="MLImxJn-EwaZwAPiTnrv-29" style="edgeStyle=orthogonalEdgeStyle;rounded=0;orthogonalLoop=1;jettySize=auto;html=1;entryX=0;entryY=0.5;entryDx=0;entryDy=0;" target="MLImxJn-EwaZwAPiTnrv-30">
+           <mxGeometry relative="1" as="geometry" />
+         </mxCell>
+         <mxCell id="MLImxJn-EwaZwAPiTnrv-29" parent="MLImxJn-EwaZwAPiTnrv-1" style="rounded=0;whiteSpace=wrap;html=1;" value="Docker&amp;nbsp;&lt;div&gt;Build&lt;/div&gt;" vertex="1">
+           <mxGeometry height="44.78" width="89.96468085106383" x="270.00382978723405" y="110" as="geometry" />
+         </mxCell>
+         <mxCell id="MLImxJn-EwaZwAPiTnrv-30" parent="MLImxJn-EwaZwAPiTnrv-1" style="rounded=0;whiteSpace=wrap;html=1;" value="Push&lt;div&gt;To&lt;/div&gt;&lt;div&gt;ECR&lt;/div&gt;" vertex="1">
+           <mxGeometry height="44.78" width="89.96468085106383" x="430.0040425531915" y="110.00000000000003" as="geometry" />
+         </mxCell>
+         <mxCell id="MLImxJn-EwaZwAPiTnrv-13" edge="1" parent="3spYDltQkjSnrDjDbDkx-20" source="MLImxJn-EwaZwAPiTnrv-11" style="edgeStyle=orthogonalEdgeStyle;rounded=0;orthogonalLoop=1;jettySize=auto;html=1;entryX=0;entryY=0.5;entryDx=0;entryDy=0;" target="MLImxJn-EwaZwAPiTnrv-12">
+           <mxGeometry relative="1" as="geometry" />
+         </mxCell>
+         <mxCell id="MLImxJn-EwaZwAPiTnrv-11" parent="3spYDltQkjSnrDjDbDkx-20" style="html=1;shape=mxgraph.infographic.ribbonSimple;notch1=20;notch2=0;align=center;verticalAlign=middle;fontSize=14;fontStyle=0;fillColor=#FFFFFF;flipH=0;spacingRight=0;spacingLeft=14;whiteSpace=wrap;" value="Event: Merged PR" vertex="1">
+           <mxGeometry height="40" width="150" x="10" y="160" as="geometry" />
+         </mxCell>
+         <mxCell id="MLImxJn-EwaZwAPiTnrv-17" edge="1" parent="3spYDltQkjSnrDjDbDkx-20" source="MLImxJn-EwaZwAPiTnrv-12" style="edgeStyle=orthogonalEdgeStyle;rounded=0;orthogonalLoop=1;jettySize=auto;html=1;entryX=0;entryY=0.5;entryDx=0;entryDy=0;" target="MLImxJn-EwaZwAPiTnrv-15">
+           <mxGeometry relative="1" as="geometry">
+             <Array as="points">
+               <mxPoint x="250" y="75" />
+             </Array>
+           </mxGeometry>
+         </mxCell>
+         <mxCell id="MLImxJn-EwaZwAPiTnrv-18" edge="1" parent="3spYDltQkjSnrDjDbDkx-20" source="MLImxJn-EwaZwAPiTnrv-12" style="edgeStyle=orthogonalEdgeStyle;rounded=0;orthogonalLoop=1;jettySize=auto;html=1;entryX=0;entryY=0.5;entryDx=0;entryDy=0;" target="MLImxJn-EwaZwAPiTnrv-16">
+           <mxGeometry relative="1" as="geometry">
+             <Array as="points">
+               <mxPoint x="250" y="284" />
+             </Array>
+           </mxGeometry>
+         </mxCell>
+         <mxCell id="MLImxJn-EwaZwAPiTnrv-12" parent="3spYDltQkjSnrDjDbDkx-20" style="rhombus;whiteSpace=wrap;html=1;" value="UI&lt;div&gt;or&lt;br&gt;Backend&lt;/div&gt;" vertex="1">
+           <mxGeometry height="90" width="100" x="200" y="135" as="geometry" />
+         </mxCell>
+         <mxCell id="MLImxJn-EwaZwAPiTnrv-35" edge="1" parent="3spYDltQkjSnrDjDbDkx-20" source="MLImxJn-EwaZwAPiTnrv-15" style="edgeStyle=orthogonalEdgeStyle;rounded=0;orthogonalLoop=1;jettySize=auto;html=1;entryX=0.25;entryY=0;entryDx=0;entryDy=0;" target="MLImxJn-EwaZwAPiTnrv-19">
+           <mxGeometry relative="1" as="geometry" />
+         </mxCell>
+         <mxCell id="MLImxJn-EwaZwAPiTnrv-15" parent="3spYDltQkjSnrDjDbDkx-20" style="rounded=0;whiteSpace=wrap;html=1;" value="Checkout UI&lt;div&gt;Code&lt;/div&gt;" vertex="1">
+           <mxGeometry height="29" width="120" x="320" y="60" as="geometry" />
+         </mxCell>
+         <mxCell id="MLImxJn-EwaZwAPiTnrv-36" edge="1" parent="3spYDltQkjSnrDjDbDkx-20" source="MLImxJn-EwaZwAPiTnrv-16" style="edgeStyle=orthogonalEdgeStyle;rounded=0;orthogonalLoop=1;jettySize=auto;html=1;entryX=0.25;entryY=1;entryDx=0;entryDy=0;" target="MLImxJn-EwaZwAPiTnrv-19">
+           <mxGeometry relative="1" as="geometry" />
+         </mxCell>
+         <mxCell id="MLImxJn-EwaZwAPiTnrv-16" parent="3spYDltQkjSnrDjDbDkx-20" style="rounded=0;whiteSpace=wrap;html=1;" value="Checkout Backend&lt;div&gt;Code&lt;/div&gt;" vertex="1">
+           <mxGeometry height="29" width="120" x="320" y="270" as="geometry" />
+         </mxCell>
+         <mxCell id="MLImxJn-EwaZwAPiTnrv-21" edge="1" parent="1" source="MLImxJn-EwaZwAPiTnrv-20" style="edgeStyle=orthogonalEdgeStyle;rounded=0;orthogonalLoop=1;jettySize=auto;html=1;entryX=0.5;entryY=0;entryDx=0;entryDy=0;curved=1;" target="MLImxJn-EwaZwAPiTnrv-10">
+           <mxGeometry relative="1" as="geometry" />
+         </mxCell>
+         <mxCell id="MLImxJn-EwaZwAPiTnrv-23" edge="1" parent="1" source="MLImxJn-EwaZwAPiTnrv-22" style="edgeStyle=orthogonalEdgeStyle;rounded=0;orthogonalLoop=1;jettySize=auto;html=1;curved=1;" target="MLImxJn-EwaZwAPiTnrv-8">
+           <mxGeometry relative="1" as="geometry">
+             <Array as="points">
+               <mxPoint x="1000" y="1165" />
+             </Array>
+           </mxGeometry>
+         </mxCell>
+         <mxCell id="MLImxJn-EwaZwAPiTnrv-34" edge="1" parent="1" source="MLImxJn-EwaZwAPiTnrv-30" style="rounded=0;orthogonalLoop=1;jettySize=auto;html=1;entryX=0.426;entryY=-0.004;entryDx=0;entryDy=0;entryPerimeter=0;" target="MLImxJn-EwaZwAPiTnrv-4">
+           <mxGeometry relative="1" as="geometry" />
        </mxCell>
      </root>
    </mxGraphModel>
  </diagram>
</mxfile>
